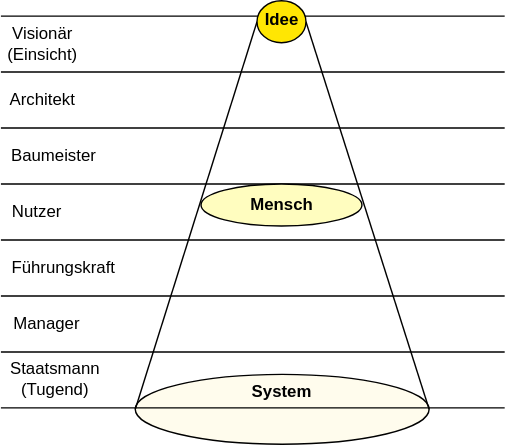
4hel/4hel.github.io keeps this draw.io diagram as img/philosophie/lichtkegel.svg. Above is the earlier version. Source tidied: cells renumbered, new cells last; positions are measured from the earlier drawing's top-left corner, leaving out a move shared by most shapes.
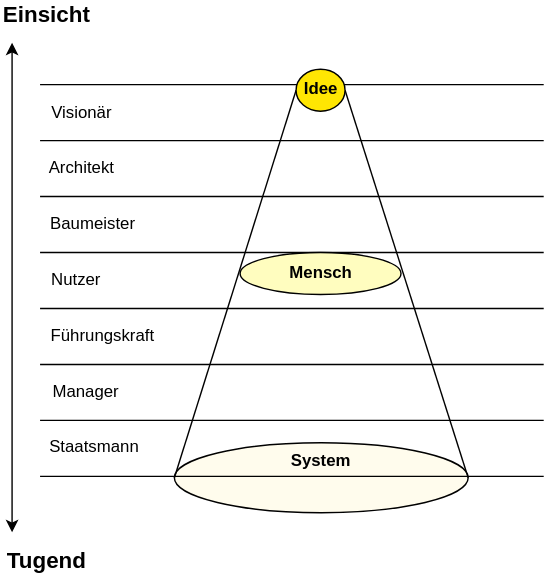
Above is the later version.

Commit message:
lichtkegel besser

Change to the diagram source:
```diff
@@ -11,7 +11,7 @@
         <mxPoint x="360" y="11" as="targetPoint" />
       </mxGeometry>
     </mxCell>
-    <mxCell id="4" value="Visionär (Einsicht)&lt;br&gt;" style="text;html=1;strokeColor=none;fillColor=none;align=center;verticalAlign=middle;whiteSpace=wrap;rounded=0;" parent="1" vertex="1">
+    <mxCell id="4" value="Visionär" style="text;html=1;strokeColor=none;fillColor=none;align=center;verticalAlign=middle;whiteSpace=wrap;rounded=0;" parent="1" vertex="1">
       <mxGeometry x="10" y="21" width="40" height="20" as="geometry" />
     </mxCell>
     <mxCell id="5" style="endArrow=none;html=1;" parent="1" edge="1">
@@ -65,7 +65,7 @@
         <mxPoint x="360" y="251" as="targetPoint" />
       </mxGeometry>
     </mxCell>
-    <mxCell id="16" value="Staatsmann&lt;br&gt;(Tugend)&lt;br&gt;" style="text;html=1;strokeColor=none;fillColor=none;align=center;verticalAlign=middle;whiteSpace=wrap;rounded=0;" parent="1" vertex="1">
+    <mxCell id="16" value="Staatsmann" style="text;html=1;strokeColor=none;fillColor=none;align=center;verticalAlign=middle;whiteSpace=wrap;rounded=0;" parent="1" vertex="1">
       <mxGeometry x="19" y="260" width="40" height="20" as="geometry" />
     </mxCell>
     <mxCell id="17" style="endArrow=none;html=1;" parent="1" edge="1">
@@ -95,5 +95,17 @@
     <mxCell id="24" value="&lt;b&gt;Idee&lt;/b&gt;" style="text;html=1;strokeColor=none;fillColor=none;align=center;verticalAlign=middle;whiteSpace=wrap;rounded=0;" parent="1" vertex="1">
       <mxGeometry x="181" y="4" width="40" height="20" as="geometry" />
     </mxCell>
+    <mxCell id="25" style="endArrow=classic;startArrow=classic;html=1;fontSize=16;fontColor=#000000;" parent="1" edge="1">
+      <mxGeometry relative="1" as="geometry">
+        <mxPoint x="-20" y="331" as="sourcePoint" />
+        <mxPoint x="-20" y="-19" as="targetPoint" />
+      </mxGeometry>
+    </mxCell>
+    <mxCell id="26" value="Einsicht" style="text;html=1;strokeColor=none;fillColor=none;align=center;verticalAlign=middle;whiteSpace=wrap;rounded=0;fontSize=16;fontColor=#000000;fontStyle=1;" parent="1" vertex="1">
+      <mxGeometry x="-15" y="-49" width="40" height="20" as="geometry" />
+    </mxCell>
+    <mxCell id="27" value="Tugend" style="text;html=1;strokeColor=none;fillColor=none;align=center;verticalAlign=middle;whiteSpace=wrap;rounded=0;fontSize=16;fontColor=#000000;fontStyle=1;" parent="1" vertex="1">
+      <mxGeometry x="-15" y="341" width="40" height="20" as="geometry" />
+    </mxCell>
   </root>
 </mxGraphModel>
```
